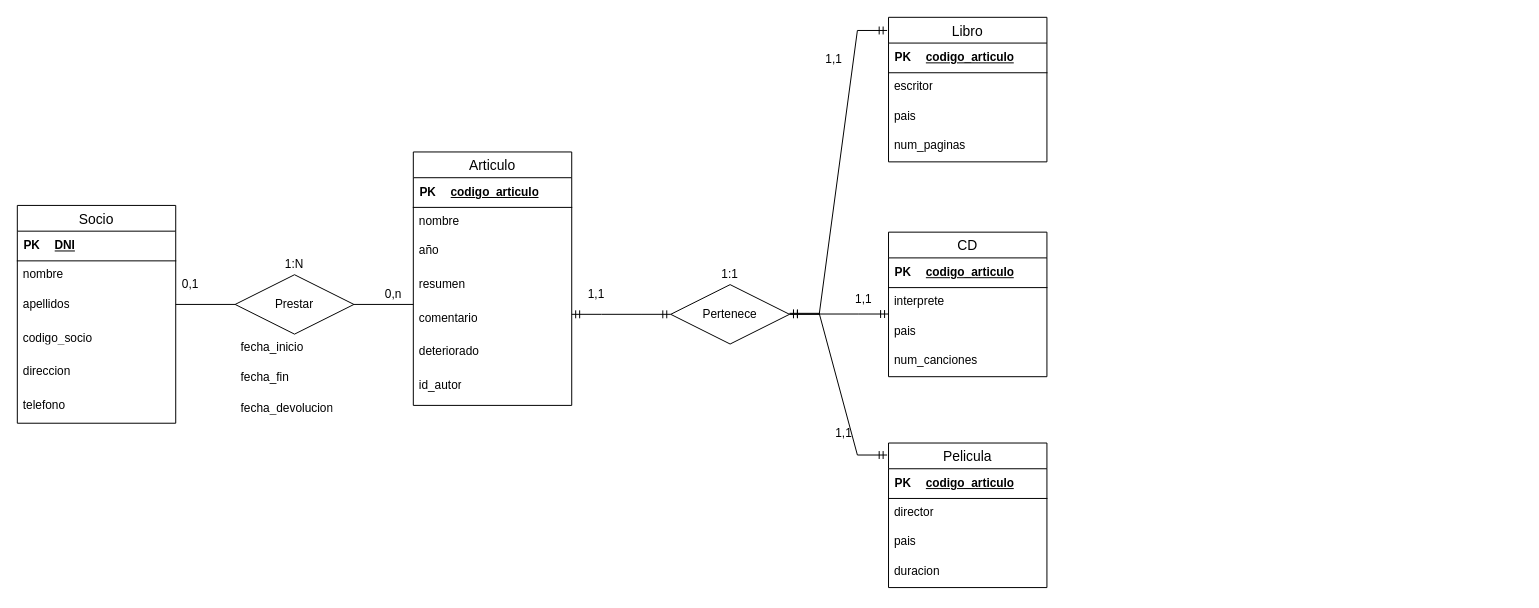
Earlier version of the draw.io diagram Exercici6.drawio (Daninuro/diagrames-cvf-dn-mpl-n-11102023). Source tidied: cells renumbered, new cells numbered last; positions are measured from the earlier drawing's top-left corner, leaving out a move shared by most shapes. Both pictures are drawn from the tidied source at 99%, with x=0, y=0 at pixel (17, 17).
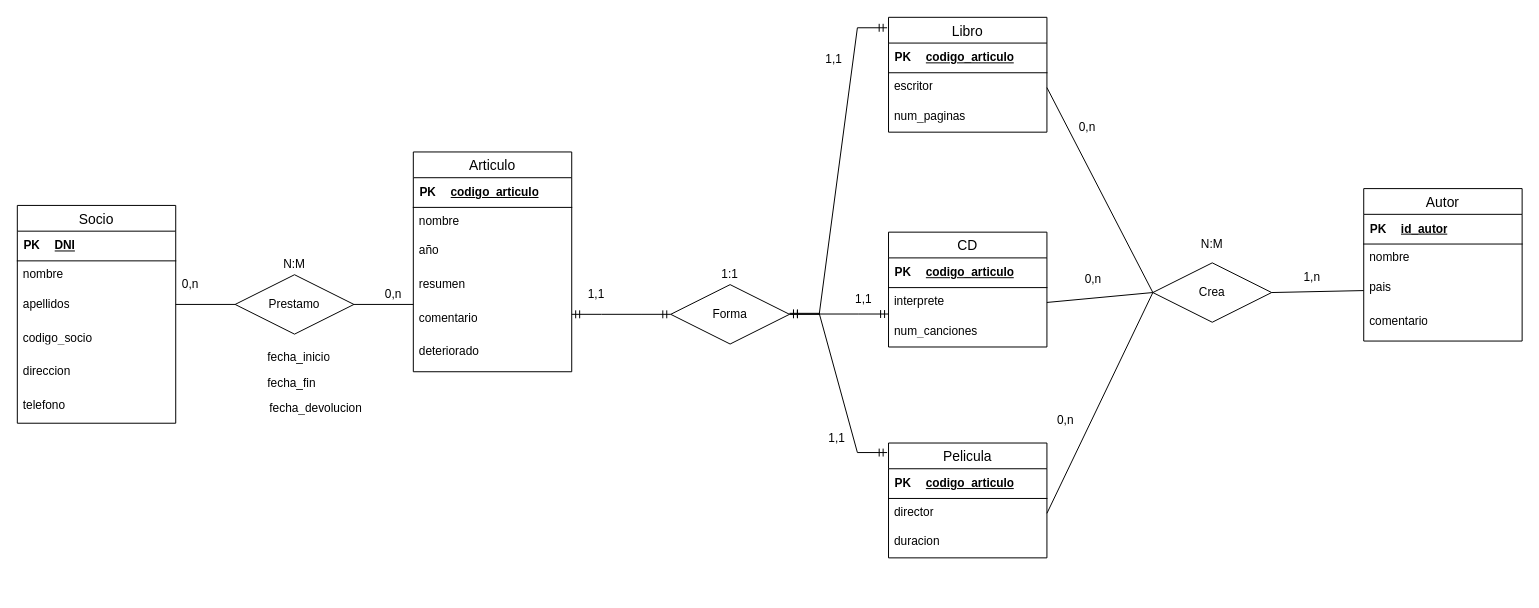
The same diagram, later.

The change refers to these unchanged cells:
```xml
<mxCell id="28" value="director" style="text;strokeColor=none;fillColor=none;spacingLeft=4;spacingRight=4;overflow=hidden;points=[[0,0.5],[1,0.5]];portConstraint=eastwest;fontSize=12;whiteSpace=wrap;html=1;" parent="23" vertex="1">
  <mxGeometry y="56" width="160" height="30" as="geometry" />
</mxCell>
<mxCell id="36" value="escritor" style="text;strokeColor=none;fillColor=none;spacingLeft=4;spacingRight=4;overflow=hidden;points=[[0,0.5],[1,0.5]];portConstraint=eastwest;fontSize=12;whiteSpace=wrap;html=1;" parent="31" vertex="1">
  <mxGeometry y="56" width="160" height="30" as="geometry" />
</mxCell>
<mxCell id="44" value="interprete" style="text;strokeColor=none;fillColor=none;spacingLeft=4;spacingRight=4;overflow=hidden;points=[[0,0.5],[1,0.5]];portConstraint=eastwest;fontSize=12;whiteSpace=wrap;html=1;" parent="39" vertex="1">
  <mxGeometry y="56" width="160" height="30" as="geometry" />
</mxCell>
```

The edit, as a diff of the source:
```diff
@@
     <mxCell id="12" value="Articulo" style="swimlane;fontStyle=0;horizontal=1;startSize=26;align=center;fontSize=14;" parent="1" vertex="1">
-      <mxGeometry x="400" y="136" width="160" height="256" as="geometry" />
+      <mxGeometry x="400" y="136" width="160" height="222" as="geometry" />
     </mxCell>
@@
-    <mxCell id="22" value="id_autor" style="text;strokeColor=none;fillColor=none;spacingLeft=4;spacingRight=4;overflow=hidden;fontSize=12;whiteSpace=wrap;html=1;" parent="12" vertex="1">
-      <mxGeometry y="222" width="160" height="34" as="geometry" />
-    </mxCell>
     <mxCell id="23" value="Pelicula" style="swimlane;fontStyle=0;horizontal=1;startSize=26;align=center;fontSize=14;" parent="1" vertex="1">
-      <mxGeometry x="880" y="430" width="160" height="146" as="geometry" />
+      <mxGeometry x="880" y="430" width="160" height="116" as="geometry" />
     </mxCell>
@@
-    <mxCell id="29" value="pais" style="text;strokeColor=none;fillColor=none;spacingLeft=4;spacingRight=4;overflow=hidden;fontSize=12;whiteSpace=wrap;html=1;" parent="23" vertex="1">
-      <mxGeometry y="86" width="160" height="30" as="geometry" />
-    </mxCell>
     <mxCell id="30" value="duracion" style="text;strokeColor=none;fillColor=none;spacingLeft=4;spacingRight=4;overflow=hidden;fontSize=12;whiteSpace=wrap;html=1;" parent="23" vertex="1">
-      <mxGeometry y="116" width="160" height="30" as="geometry" />
+      <mxGeometry y="86" width="160" height="30" as="geometry" />
     </mxCell>
     <mxCell id="31" value="Libro" style="swimlane;fontStyle=0;horizontal=1;startSize=26;align=center;fontSize=14;" parent="1" vertex="1">
-      <mxGeometry x="880" width="160" height="146" as="geometry" />
+      <mxGeometry x="880" width="160" height="116" as="geometry" />
     </mxCell>
@@
-    <mxCell id="37" value="pais" style="text;strokeColor=none;fillColor=none;spacingLeft=4;spacingRight=4;overflow=hidden;fontSize=12;whiteSpace=wrap;html=1;" parent="31" vertex="1">
-      <mxGeometry y="86" width="160" height="30" as="geometry" />
-    </mxCell>
     <mxCell id="38" value="num_paginas" style="text;strokeColor=none;fillColor=none;spacingLeft=4;spacingRight=4;overflow=hidden;fontSize=12;whiteSpace=wrap;html=1;" parent="31" vertex="1">
-      <mxGeometry y="116" width="160" height="30" as="geometry" />
+      <mxGeometry y="86" width="160" height="30" as="geometry" />
     </mxCell>
     <mxCell id="39" value="CD" style="swimlane;fontStyle=0;horizontal=1;startSize=26;align=center;fontSize=14;" parent="1" vertex="1">
-      <mxGeometry x="880" y="217" width="160" height="146" as="geometry" />
+      <mxGeometry x="880" y="217" width="160" height="116" as="geometry" />
     </mxCell>
@@
-    <mxCell id="45" value="pais" style="text;strokeColor=none;fillColor=none;spacingLeft=4;spacingRight=4;overflow=hidden;fontSize=12;whiteSpace=wrap;html=1;" parent="39" vertex="1">
-      <mxGeometry y="86" width="160" height="30" as="geometry" />
-    </mxCell>
     <mxCell id="46" value="num_canciones" style="text;strokeColor=none;fillColor=none;spacingLeft=4;spacingRight=4;overflow=hidden;fontSize=12;whiteSpace=wrap;html=1;" parent="39" vertex="1">
-      <mxGeometry y="116" width="160" height="30" as="geometry" />
+      <mxGeometry y="86" width="160" height="30" as="geometry" />
     </mxCell>
-    <mxCell id="47" value="Prestar" style="shape=rhombus;perimeter=rhombusPerimeter;whiteSpace=wrap;html=1;align=center;" parent="1" vertex="1">
+    <mxCell id="47" value="Prestamo" style="shape=rhombus;perimeter=rhombusPerimeter;whiteSpace=wrap;html=1;align=center;" parent="1" vertex="1">
       <mxGeometry x="220" y="260" width="120" height="60" as="geometry" />
     </mxCell>
-    <mxCell id="48" value="0,1" style="text;html=1;strokeColor=none;fillColor=none;align=center;verticalAlign=middle;whiteSpace=wrap;rounded=0;" parent="1" vertex="1">
+    <mxCell id="48" value="0,n" style="text;html=1;strokeColor=none;fillColor=none;align=center;verticalAlign=middle;whiteSpace=wrap;rounded=0;" parent="1" vertex="1">
       <mxGeometry x="160" y="260" width="30" height="20" as="geometry" />
     </mxCell>
@@
-    <mxCell id="50" value="1:N" style="text;html=1;strokeColor=none;fillColor=none;align=center;verticalAlign=middle;whiteSpace=wrap;rounded=0;" parent="1" vertex="1">
+    <mxCell id="50" value="N:M" style="text;html=1;strokeColor=none;fillColor=none;align=center;verticalAlign=middle;whiteSpace=wrap;rounded=0;" parent="1" vertex="1">
       <mxGeometry x="265" y="240" width="30" height="20" as="geometry" />
     </mxCell>
@@
-    <mxCell id="53" value="Pertenece" style="shape=rhombus;perimeter=rhombusPerimeter;whiteSpace=wrap;html=1;align=center;" parent="1" vertex="1">
+    <mxCell id="53" value="Forma" style="shape=rhombus;perimeter=rhombusPerimeter;whiteSpace=wrap;html=1;align=center;" parent="1" vertex="1">
       <mxGeometry x="660" y="270" width="120" height="60" as="geometry" />
     </mxCell>
@@
     <mxCell id="61" value="1,1" style="text;html=1;strokeColor=none;fillColor=none;align=center;verticalAlign=middle;whiteSpace=wrap;rounded=0;" parent="1" vertex="1">
-      <mxGeometry x="820" y="410" width="30" height="20" as="geometry" />
+      <mxGeometry x="813" y="415" width="30" height="20" as="geometry" />
     </mxCell>
@@
     <mxCell id="63" value="fecha_inicio&lt;br&gt;" style="text;strokeColor=none;fillColor=none;spacingLeft=4;spacingRight=4;overflow=hidden;fontSize=12;whiteSpace=wrap;html=1;" parent="1" vertex="1">
-      <mxGeometry x="220" y="320" width="160" height="34" as="geometry" />
+      <mxGeometry x="247" y="330" width="160" height="34" as="geometry" />
     </mxCell>
     <mxCell id="64" value="fecha_fin" style="text;strokeColor=none;fillColor=none;spacingLeft=4;spacingRight=4;overflow=hidden;fontSize=12;whiteSpace=wrap;html=1;" parent="1" vertex="1">
-      <mxGeometry x="220" y="350" width="160" height="34" as="geometry" />
+      <mxGeometry x="247" y="356" width="160" height="34" as="geometry" />
     </mxCell>
     <mxCell id="65" value="fecha_devolucion" style="text;strokeColor=none;fillColor=none;spacingLeft=4;spacingRight=4;overflow=hidden;fontSize=12;whiteSpace=wrap;html=1;" parent="1" vertex="1">
-      <mxGeometry x="220" y="381" width="160" height="34" as="geometry" />
+      <mxGeometry x="249" y="381" width="160" height="34" as="geometry" />
     </mxCell>
+    <mxCell id="66" value="Autor" style="swimlane;fontStyle=0;horizontal=1;startSize=26;align=center;fontSize=14;" parent="1" vertex="1">
+      <mxGeometry x="1360" y="173" width="160" height="154" as="geometry" />
+    </mxCell>
+    <mxCell id="67" style="shape=table;startSize=0;childLayout=tableLayout;rowLines=0;fontStyle=0;align=center;strokeColor=none;fillColor=none;" parent="66" vertex="1">
+      <mxGeometry y="26" width="160" height="30" as="geometry" />
+    </mxCell>
+    <mxCell id="68" style="shape=tableRow;horizontal=0;startSize=0;swimlaneHead=0;swimlaneBody=0;fillColor=none;top=0;left=0;right=0;bottom=1;" parent="67" vertex="1">
+      <mxGeometry width="160" height="30" as="geometry" />
+    </mxCell>
+    <mxCell id="69" value="PK" style="shape=partialRectangle;fillColor=none;top=0;left=0;bottom=0;right=0;fontStyle=1;overflow=hidden;whiteSpace=wrap;html=1;" parent="68" vertex="1">
+      <mxGeometry width="30" height="30" as="geometry" />
+    </mxCell>
+    <mxCell id="22" value="id_autor" style="shape=partialRectangle;fillColor=none;top=0;left=0;bottom=0;right=0;align=left;spacingLeft=6;fontStyle=5;overflow=hidden;whiteSpace=wrap;html=1;" parent="68" vertex="1">
+      <mxGeometry x="30" width="130" height="30" as="geometry" />
+    </mxCell>
+    <mxCell id="70" value="nombre" style="text;strokeColor=none;fillColor=none;spacingLeft=4;spacingRight=4;overflow=hidden;fontSize=12;whiteSpace=wrap;html=1;" parent="66" vertex="1">
+      <mxGeometry y="56" width="160" height="30" as="geometry" />
+    </mxCell>
+    <mxCell id="71" value="pais" style="text;strokeColor=none;fillColor=none;spacingLeft=4;spacingRight=4;overflow=hidden;points=[[0,0.5],[1,0.5]];portConstraint=eastwest;fontSize=12;whiteSpace=wrap;html=1;" parent="66" vertex="1">
+      <mxGeometry y="86" width="160" height="34" as="geometry" />
+    </mxCell>
+    <mxCell id="72" value="comentario" style="text;strokeColor=none;fillColor=none;spacingLeft=4;spacingRight=4;overflow=hidden;fontSize=12;whiteSpace=wrap;html=1;" parent="66" vertex="1">
+      <mxGeometry y="120" width="160" height="34" as="geometry" />
+    </mxCell>
+    <mxCell id="73" style="endArrow=none;html=1;rounded=0;exitX=1;exitY=0.5;exitDx=0;exitDy=0;entryX=0;entryY=0.5;entryDx=0;entryDy=0;" parent="1" edge="1" source="36" target="74">
+      <mxGeometry relative="1" as="geometry" />
+    </mxCell>
+    <mxCell id="74" value="Crea" style="shape=rhombus;perimeter=rhombusPerimeter;whiteSpace=wrap;html=1;align=center;" parent="1" vertex="1">
+      <mxGeometry x="1147" y="248" width="120" height="60" as="geometry" />
+    </mxCell>
+    <mxCell id="75" style="endArrow=none;html=1;rounded=0;exitX=1;exitY=0.5;exitDx=0;exitDy=0;entryX=0;entryY=0.5;entryDx=0;entryDy=0;" parent="1" edge="1" source="44" target="74">
+      <mxGeometry relative="1" as="geometry" />
+    </mxCell>
+    <mxCell id="76" style="endArrow=none;html=1;rounded=0;exitX=1;exitY=0.5;exitDx=0;exitDy=0;entryX=0;entryY=0.5;entryDx=0;entryDy=0;" parent="1" edge="1" source="28" target="74">
+      <mxGeometry relative="1" as="geometry" />
+    </mxCell>
+    <mxCell id="77" style="endArrow=none;html=1;rounded=0;exitX=0;exitY=0.5;exitDx=0;exitDy=0;entryX=1;entryY=0.5;entryDx=0;entryDy=0;" parent="1" edge="1" source="71" target="74">
+      <mxGeometry relative="1" as="geometry" />
+    </mxCell>
+    <mxCell id="78" value="0,n" style="text;html=1;strokeColor=none;fillColor=none;align=center;verticalAlign=middle;whiteSpace=wrap;rounded=0;" parent="1" vertex="1">
+      <mxGeometry x="1066" y="101" width="30" height="20" as="geometry" />
+    </mxCell>
+    <mxCell id="79" value="0,n" style="text;html=1;strokeColor=none;fillColor=none;align=center;verticalAlign=middle;whiteSpace=wrap;rounded=0;" parent="1" vertex="1">
+      <mxGeometry x="1072" y="255" width="30" height="20" as="geometry" />
+    </mxCell>
+    <mxCell id="80" value="0,n" style="text;html=1;strokeColor=none;fillColor=none;align=center;verticalAlign=middle;whiteSpace=wrap;rounded=0;" parent="1" vertex="1">
+      <mxGeometry x="1044" y="397" width="30" height="20" as="geometry" />
+    </mxCell>
+    <mxCell id="81" value="1,n" style="text;html=1;strokeColor=none;fillColor=none;align=center;verticalAlign=middle;whiteSpace=wrap;rounded=0;" parent="1" vertex="1">
+      <mxGeometry x="1293" y="253" width="30" height="20" as="geometry" />
+    </mxCell>
+    <mxCell id="82" value="N:M" style="text;html=1;strokeColor=none;fillColor=none;align=center;verticalAlign=middle;whiteSpace=wrap;rounded=0;" parent="1" vertex="1">
+      <mxGeometry x="1192" y="220" width="30" height="20" as="geometry" />
+    </mxCell>
```
